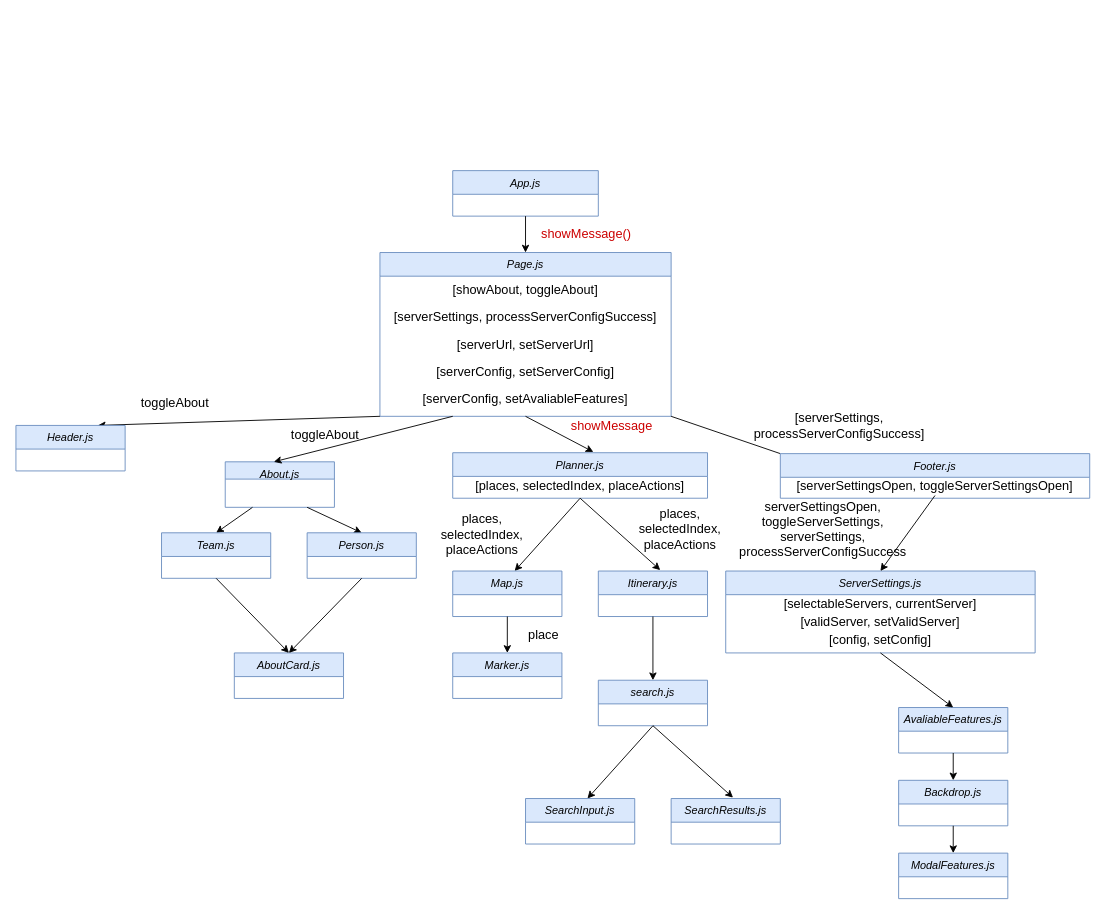
This is reports/images/Component Diagram.drawio from tmanbarton/cs314Project, a draw.io file, before an edit. Source tidied: cells renumbered, new cells numbered last; positions are measured from the earlier drawing's top-left corner, leaving out a move shared by most shapes. Both pictures are drawn from the tidied source at 91%, with x=0, y=0 at pixel (15, 170).
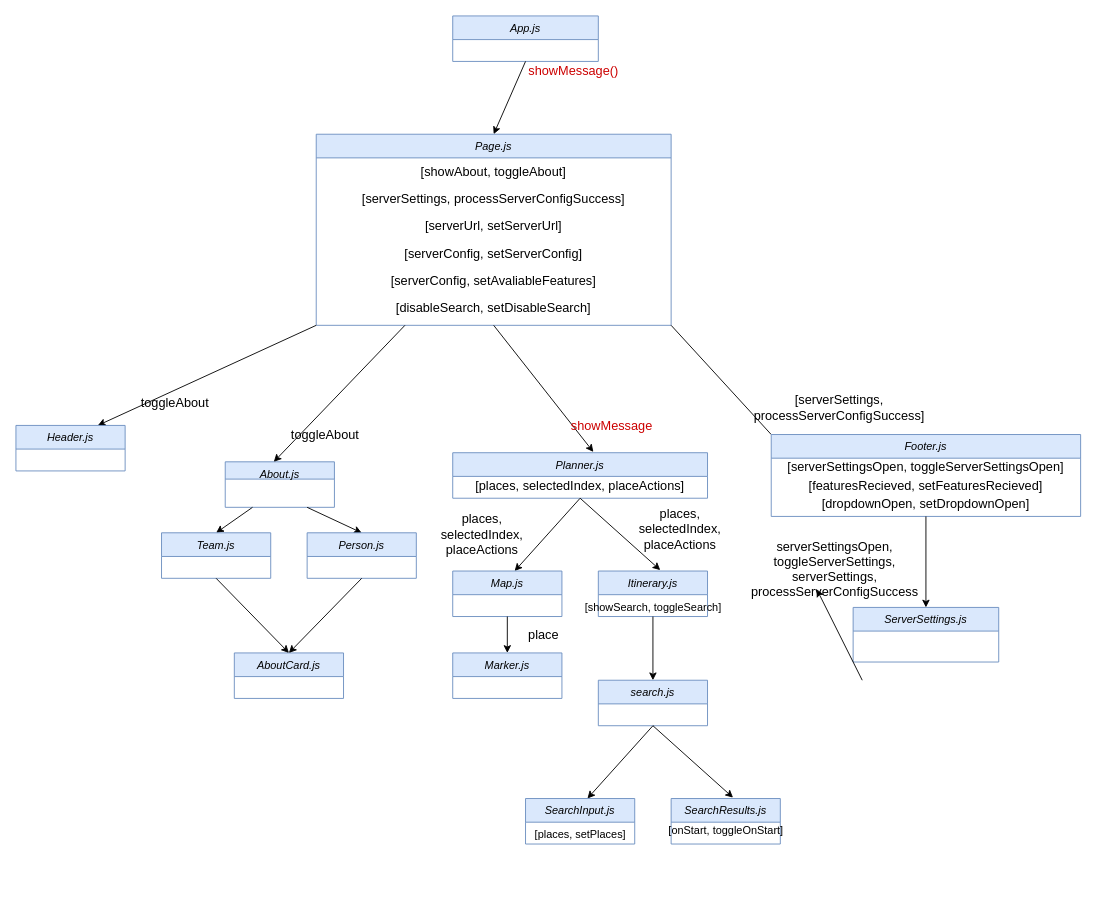
The same diagram, later.

Commit message (it also covers changes not shown here):
updated client component diagram and removed one unused import

The change refers to these unchanged cells:
```xml
<mxCell id="23" value="[serverSettingsOpen, toggleServerSettingsOpen]" style="text;html=1;strokeColor=none;fillColor=none;align=center;verticalAlign=middle;whiteSpace=wrap;rounded=0;fontSize=14;" parent="22" vertex="1">
  <mxGeometry y="26" width="340" height="20" as="geometry" />
</mxCell>
<mxCell id="51" value="SearchResults.js" style="swimlane;fontStyle=2;align=center;verticalAlign=top;horizontal=1;startSize=26;rounded=0;shadow=0;strokeWidth=1;fillColor=#dae8fc;strokeColor=#6c8ebf;" parent="1" vertex="1">
  <mxGeometry x="720" y="690" width="120" height="50" as="geometry" />
</mxCell>
```

Change to the diagram source:
```diff
@@
     <mxCell id="2" value="App.js" style="swimlane;fontStyle=2;align=center;verticalAlign=top;horizontal=1;startSize=26;rounded=0;shadow=0;strokeWidth=1;fillColor=#dae8fc;strokeColor=#6c8ebf;" parent="1" vertex="1">
-      <mxGeometry x="480" width="160" height="50" as="geometry" />
+      <mxGeometry x="480" y="-170" width="160" height="50" as="geometry" />
     </mxCell>
@@
     <mxCell id="4" value="Page.js" style="swimlane;fontStyle=2;align=center;verticalAlign=top;horizontal=1;startSize=26;rounded=0;shadow=0;strokeWidth=1;fillColor=#dae8fc;strokeColor=#6c8ebf;" parent="1" vertex="1">
-      <mxGeometry x="400" y="90" width="320" height="180" as="geometry" />
+      <mxGeometry x="330" y="-40" width="390" height="210" as="geometry" />
     </mxCell>
     <mxCell id="5" value="[showAbout, toggleAbout]" style="text;html=1;strokeColor=none;fillColor=none;align=center;verticalAlign=middle;whiteSpace=wrap;rounded=0;fontSize=14;" parent="4" vertex="1">
-      <mxGeometry y="26" width="320" height="30" as="geometry" />
+      <mxGeometry y="26" width="390" height="30" as="geometry" />
     </mxCell>
     <mxCell id="6" value="[serverSettings, processServerConfigSuccess]" style="text;html=1;strokeColor=none;fillColor=none;align=center;verticalAlign=middle;whiteSpace=wrap;rounded=0;fontSize=14;" parent="4" vertex="1">
-      <mxGeometry y="56" width="320" height="30" as="geometry" />
+      <mxGeometry y="56" width="390" height="30" as="geometry" />
     </mxCell>
     <mxCell id="7" value="[serverUrl, setServerUrl]" style="text;html=1;strokeColor=none;fillColor=none;align=center;verticalAlign=middle;whiteSpace=wrap;rounded=0;fontSize=14;" parent="4" vertex="1">
-      <mxGeometry y="86" width="320" height="30" as="geometry" />
+      <mxGeometry y="86" width="390" height="30" as="geometry" />
     </mxCell>
     <mxCell id="8" value="[serverConfig, setServerConfig]" style="text;html=1;strokeColor=none;fillColor=none;align=center;verticalAlign=middle;whiteSpace=wrap;rounded=0;fontSize=14;" parent="4" vertex="1">
-      <mxGeometry y="116" width="320" height="30" as="geometry" />
+      <mxGeometry y="116" width="390" height="30" as="geometry" />
     </mxCell>
     <mxCell id="9" value="[serverConfig, setAvaliableFeatures]" style="text;html=1;strokeColor=none;fillColor=none;align=center;verticalAlign=middle;whiteSpace=wrap;rounded=0;fontSize=14;" parent="4" vertex="1">
-      <mxGeometry y="146" width="320" height="30" as="geometry" />
+      <mxGeometry y="146" width="390" height="30" as="geometry" />
     </mxCell>
+    <mxCell id="59" value="[disableSearch, setDisableSearch]" style="text;html=1;strokeColor=none;fillColor=none;align=center;verticalAlign=middle;whiteSpace=wrap;rounded=0;fontSize=14;" parent="4" vertex="1">
+      <mxGeometry y="176" width="390" height="30" as="geometry" />
+    </mxCell>
     <mxCell id="10" value="showMessage()" style="text;html=1;strokeColor=none;fillColor=none;align=center;verticalAlign=middle;whiteSpace=wrap;rounded=0;fontSize=14;fontColor=#CC0000;" parent="1" vertex="1">
-      <mxGeometry x="574" y="60" width="106" height="20" as="geometry" />
+      <mxGeometry x="560" y="-120" width="106" height="20" as="geometry" />
     </mxCell>
@@
     <mxCell id="22" value="Footer.js" style="swimlane;fontStyle=2;align=center;verticalAlign=top;horizontal=1;startSize=26;rounded=0;shadow=0;strokeWidth=1;fillColor=#dae8fc;strokeColor=#6c8ebf;" parent="1" vertex="1">
-      <mxGeometry x="840" y="311" width="340" height="49" as="geometry" />
+      <mxGeometry x="830" y="290" width="340" height="90" as="geometry" />
     </mxCell>
@@
+    <mxCell id="60" value="[featuresRecieved, setFeaturesRecieved]" style="text;html=1;strokeColor=none;fillColor=none;align=center;verticalAlign=middle;whiteSpace=wrap;rounded=0;fontSize=14;" parent="22" vertex="1">
+      <mxGeometry y="46" width="340" height="20" as="geometry" />
+    </mxCell>
+    <mxCell id="61" value="[dropdownOpen, setDropdownOpen]" style="text;html=1;strokeColor=none;fillColor=none;align=center;verticalAlign=middle;whiteSpace=wrap;rounded=0;fontSize=14;" parent="22" vertex="1">
+      <mxGeometry y="66" width="340" height="20" as="geometry" />
+    </mxCell>
     <mxCell id="24" value="[serverSettings, &lt;br&gt;processServerConfigSuccess]" style="text;html=1;strokeColor=none;fillColor=none;align=center;verticalAlign=middle;whiteSpace=wrap;rounded=0;fontSize=14;fontColor=#000000;rotation=0;" parent="1" vertex="1">
-      <mxGeometry x="750" y="270" width="310" height="20" as="geometry" />
+      <mxGeometry x="750" y="250" width="310" height="20" as="geometry" />
     </mxCell>
@@
     <mxCell id="30" value="ServerSettings.js&#10;" style="swimlane;fontStyle=2;align=center;verticalAlign=top;horizontal=1;startSize=26;rounded=0;shadow=0;strokeWidth=1;fillColor=#dae8fc;strokeColor=#6c8ebf;" parent="1" vertex="1">
-      <mxGeometry x="780" y="440" width="340" height="90" as="geometry" />
+      <mxGeometry x="920" y="480" width="160" height="60" as="geometry" />
     </mxCell>
-    <mxCell id="31" value="[selectableServers, currentServer]" style="text;html=1;strokeColor=none;fillColor=none;align=center;verticalAlign=middle;whiteSpace=wrap;rounded=0;fontColor=#000000;fontSize=14;" parent="30" vertex="1">
-      <mxGeometry y="26" width="340" height="20" as="geometry" />
-    </mxCell>
-    <mxCell id="32" value="[validServer, setValidServer]" style="text;html=1;strokeColor=none;fillColor=none;align=center;verticalAlign=middle;whiteSpace=wrap;rounded=0;fontColor=#000000;fontSize=14;" parent="30" vertex="1">
-      <mxGeometry y="46" width="340" height="20" as="geometry" />
-    </mxCell>
-    <mxCell id="33" value="[config, setConfig]" style="text;html=1;strokeColor=none;fillColor=none;align=center;verticalAlign=middle;whiteSpace=wrap;rounded=0;fontColor=#000000;fontSize=14;" parent="30" vertex="1">
-      <mxGeometry y="66" width="340" height="20" as="geometry" />
-    </mxCell>
@@
-    <mxCell id="35" style="endArrow=classic;html=1;fontColor=#CC0000;entryX=0.5;entryY=0;entryDx=0;entryDy=0;exitX=0.5;exitY=1;exitDx=0;exitDy=0;" parent="1" edge="1" source="23" target="30">
+    <mxCell id="35" style="endArrow=classic;html=1;fontColor=#CC0000;entryX=0.5;entryY=0;entryDx=0;entryDy=0;exitX=0.5;exitY=1;exitDx=0;exitDy=0;" parent="1" edge="1" source="22" target="30">
       <mxGeometry relative="1" as="geometry" />
     </mxCell>
@@
     <mxCell id="38" value="serverSettingsOpen, toggleServerSettings, serverSettings, processServerConfigSuccess" style="text;html=1;strokeColor=none;fillColor=none;align=center;verticalAlign=middle;whiteSpace=wrap;rounded=0;fontSize=14;fontColor=#000000;" parent="1" vertex="1">
-      <mxGeometry x="787" y="354" width="200" height="80" as="geometry" />
+      <mxGeometry x="800" y="398" width="200" height="80" as="geometry" />
     </mxCell>
@@
+    <mxCell id="62" value="[onStart, toggleOnStart]" style="text;html=1;align=center;verticalAlign=middle;strokeColor=none;fillColor=none;" parent="51" vertex="1">
+      <mxGeometry y="26" width="120" height="20" as="geometry" />
+    </mxCell>
@@
-    <mxCell id="53" value="AvaliableFeatures.js" style="swimlane;fontStyle=2;align=center;verticalAlign=top;horizontal=1;startSize=26;rounded=0;shadow=0;strokeWidth=1;fillColor=#dae8fc;strokeColor=#6c8ebf;" parent="1" vertex="1">
-      <mxGeometry x="970" y="590" width="120" height="50" as="geometry" />
-    </mxCell>
-    <mxCell id="54" style="endArrow=classic;html=1;fontColor=#CC0000;entryX=0.5;entryY=0;entryDx=0;entryDy=0;exitX=0.5;exitY=1;exitDx=0;exitDy=0;" parent="1" edge="1" target="55">
-      <mxGeometry relative="1" as="geometry">
-        <mxPoint x="1030" y="640" as="sourcePoint" />
-      </mxGeometry>
-    </mxCell>
-    <mxCell id="55" value="Backdrop.js" style="swimlane;fontStyle=2;align=center;verticalAlign=top;horizontal=1;startSize=26;rounded=0;shadow=0;strokeWidth=1;fillColor=#dae8fc;strokeColor=#6c8ebf;" parent="1" vertex="1">
-      <mxGeometry x="970" y="670" width="120" height="50" as="geometry" />
-    </mxCell>
-    <mxCell id="56" value="ModalFeatures.js" style="swimlane;fontStyle=2;align=center;verticalAlign=top;horizontal=1;startSize=26;rounded=0;shadow=0;strokeWidth=1;fillColor=#dae8fc;strokeColor=#6c8ebf;" parent="1" vertex="1">
-      <mxGeometry x="970" y="750" width="120" height="50" as="geometry" />
-    </mxCell>
-    <mxCell id="57" style="endArrow=classic;html=1;exitX=0.5;exitY=1;exitDx=0;exitDy=0;entryX=0.5;entryY=0;entryDx=0;entryDy=0;" parent="1" edge="1" source="30" target="53">
-      <mxGeometry relative="1" as="geometry" />
-    </mxCell>
-    <mxCell id="58" style="endArrow=classic;html=1;exitX=0.5;exitY=1;exitDx=0;exitDy=0;" parent="1" edge="1" source="55" target="56">
-      <mxGeometry relative="1" as="geometry" />
+    <mxCell id="58" style="endArrow=classic;html=1;exitX=0.5;exitY=1;exitDx=0;exitDy=0;" parent="1" edge="1">
+      <mxGeometry relative="1" as="geometry">
+        <mxPoint x="930" y="560" as="sourcePoint" />
+        <mxPoint x="880" y="460" as="targetPoint" />
+      </mxGeometry>
     </mxCell>
+    <mxCell id="63" value="[showSearch, toggleSearch]" style="text;html=1;align=center;verticalAlign=middle;strokeColor=none;fillColor=none;" parent="1" vertex="1">
+      <mxGeometry x="615" y="470" width="170" height="20" as="geometry" />
+    </mxCell>
+    <mxCell id="64" value="&lt;div&gt;[places, setPlaces]&lt;/div&gt;" style="text;html=1;align=center;verticalAlign=middle;strokeColor=none;fillColor=none;" parent="1" vertex="1">
+      <mxGeometry x="560" y="720" width="120" height="20" as="geometry" />
+    </mxCell>
```
